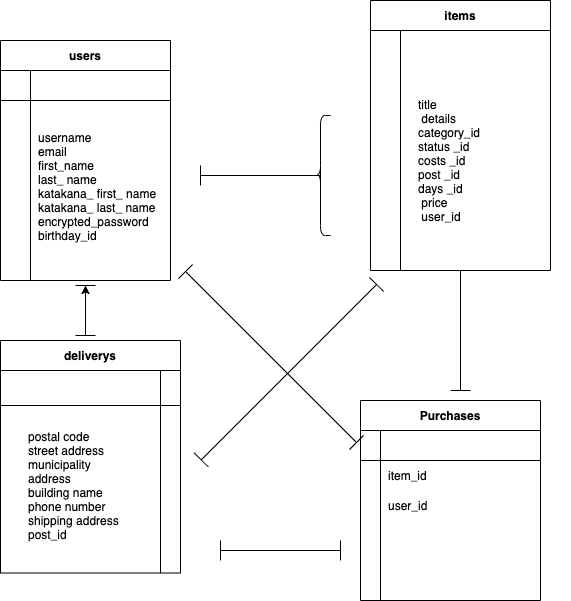
Above: er.drawio.png in abetatsu5466/furima-35389 (draw.io), before the change. Source tidied: cells renumbered, new cells last; positions are measured from the earlier drawing's top-left corner, leaving out a move shared by most shapes.
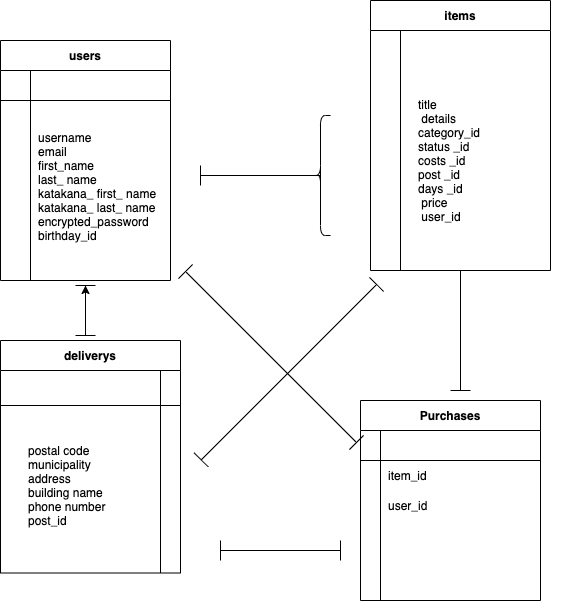
The same diagram one commit later.

Change to the diagram source:
```diff
@@ -143,7 +143,7 @@
     <mxCell id="48" style="shape=partialRectangle;fillColor=none;top=0;left=0;bottom=0;right=0;align=left;spacingLeft=6;overflow=hidden;" parent="1" vertex="1">
       <mxGeometry x="340" y="530" width="160" height="30" as="geometry" />
     </mxCell>
-    <mxCell id="49" value="postal code &#10;street address  &#10;municipality &#10;address &#10;building name &#10;phone number &#10;shipping address  &#10;post_id" style="shape=partialRectangle;fillColor=none;top=0;left=0;bottom=0;right=0;align=left;spacingLeft=6;overflow=hidden;" parent="1" vertex="1">
+    <mxCell id="49" value="postal code  &#10;municipality &#10;address &#10;building name &#10;phone number  &#10;post_id" style="shape=partialRectangle;fillColor=none;top=0;left=0;bottom=0;right=0;align=left;spacingLeft=6;overflow=hidden;" parent="1" vertex="1">
       <mxGeometry x="20" y="375" width="140" height="220" as="geometry" />
     </mxCell>
     <mxCell id="50" style="shape=partialRectangle;fillColor=none;top=0;left=0;bottom=0;right=0;align=left;spacingLeft=6;overflow=hidden;" parent="1" vertex="1">
```
